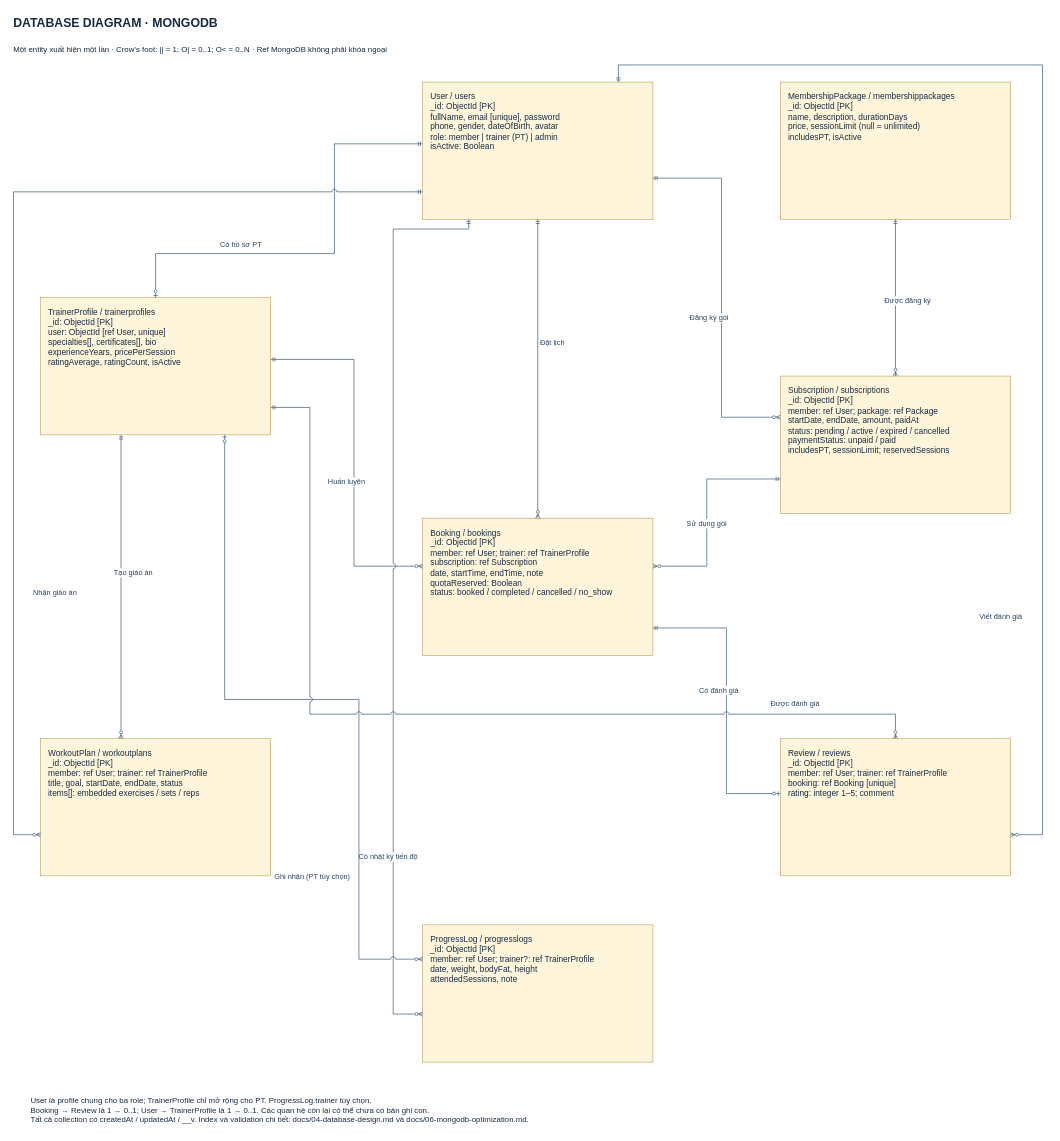
The draw.io diagram docs/diagram/database.drawio in Huy-Haru/ProjectSDN, before the edit. Source tidied: cells renumbered, new cells numbered last; positions are measured from the earlier drawing's top-left corner, leaving out a move shared by most shapes. Both pictures are drawn from the tidied source at 49%, with x=0, y=0 at pixel (8, 8).
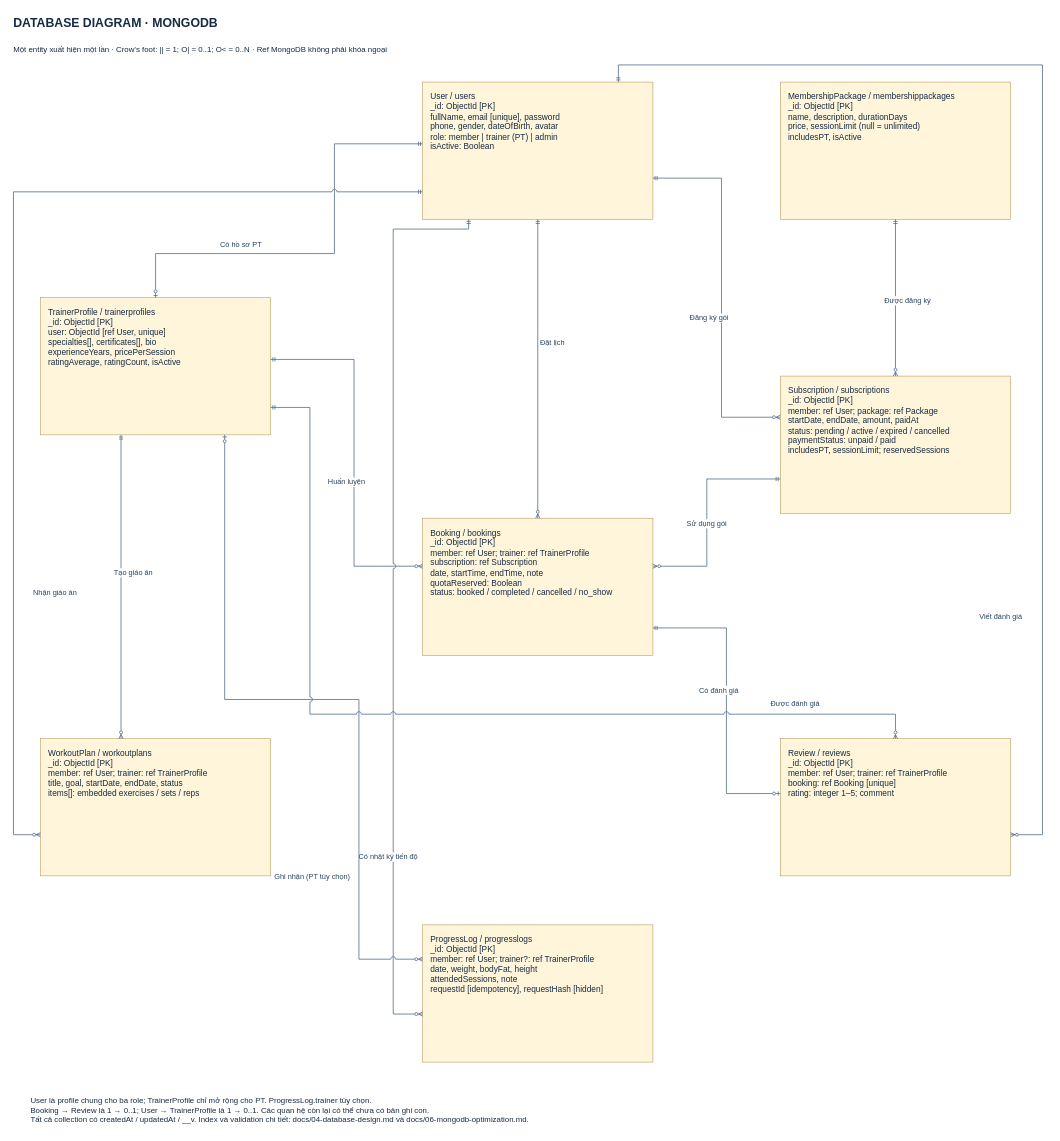
Above is the later version.

Commit message (it also covers changes not shown here):
test(progress): verify committed-response retry and document idempotency index

Diff of the diagram source:
```diff
@@
-    <mxCell id="10" value="ProgressLog / progresslogs&#10;_id: ObjectId [PK]&#10;member: ref User; trainer?: ref TrainerProfile&#10;date, weight, bodyFat, height&#10;attendedSessions, note" style="html=0;whiteSpace=wrap;fontFamily=Arial;fontSize=17;fontColor=#172b43;strokeColor=#ac893f;fillColor=#fff5db;spacing=10;rounded=0;align=left;verticalAlign=top;spacing=16;" parent="1" vertex="1">
+    <mxCell id="10" value="ProgressLog / progresslogs&#10;_id: ObjectId [PK]&#10;member: ref User; trainer?: ref TrainerProfile&#10;date, weight, bodyFat, height&#10;attendedSessions, note&#10;requestId [idempotency], requestHash [hidden]" style="html=0;whiteSpace=wrap;fontFamily=Arial;fontSize=17;fontColor=#172b43;strokeColor=#ac893f;fillColor=#fff5db;spacing=10;rounded=0;align=left;verticalAlign=top;spacing=16;" parent="1" vertex="1">
       <mxGeometry x="845" y="1870" width="470" height="280" as="geometry" />
     </mxCell>
```
